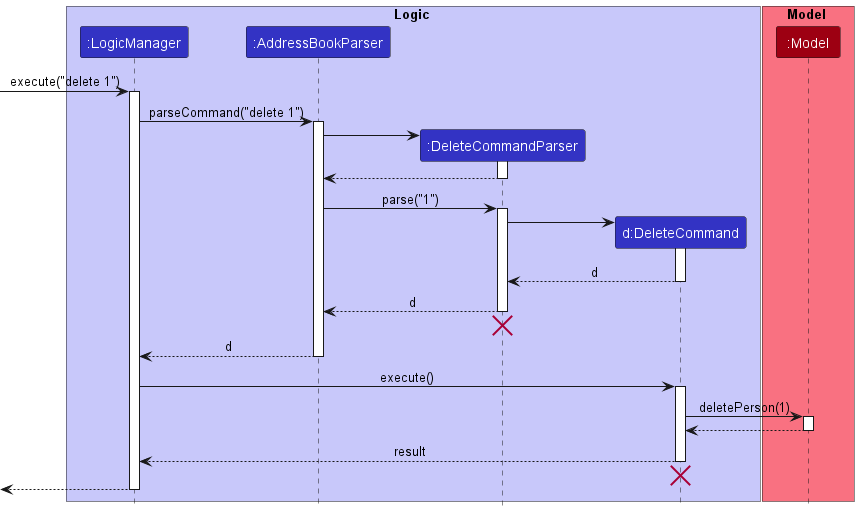
The PlantUML diagram docs/images/DeleteSequenceDiagram2.png in nus-cs2103-AY2223S2/tp, before a commit.
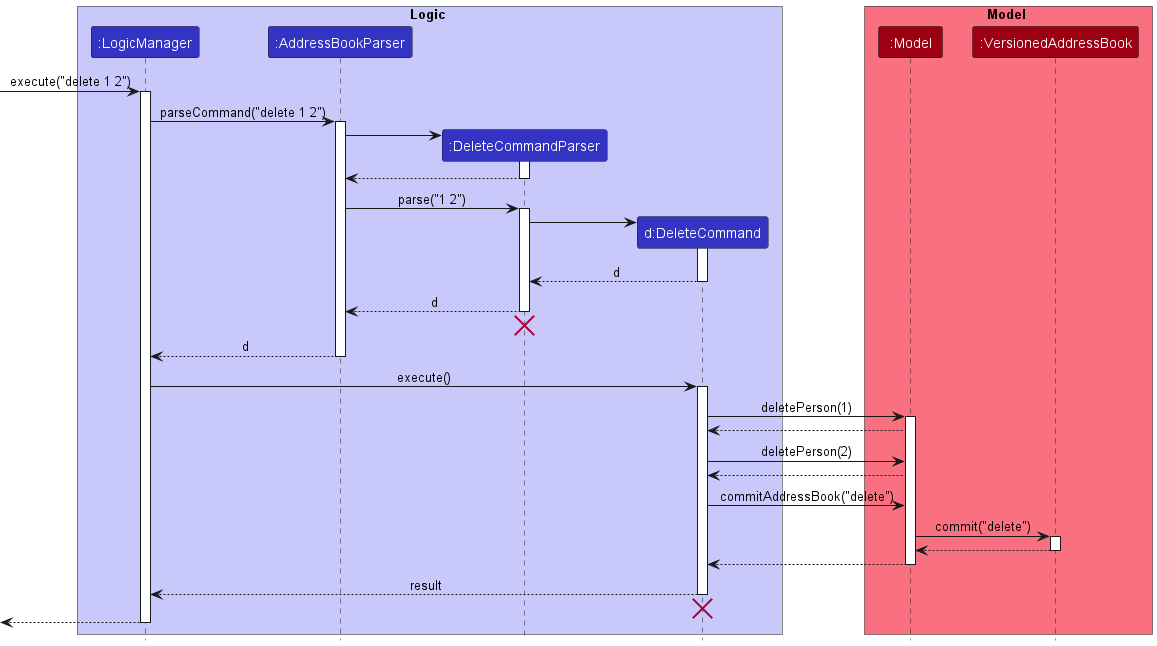
The same diagram one commit later.

Commit message:
Update sequence diagrams up to undo redo

Change to the diagram source:
```diff
@@ -10,12 +10,13 @@
 
 box Model MODEL_COLOR_T1
 participant ":Model" as Model MODEL_COLOR
+participant ":VersionedAddressBook" as VersionedAddressBook MODEL_COLOR
 end box
 
-[-> LogicManager : execute("delete 1")
+[-> LogicManager : execute("delete 1 2")
 activate LogicManager
 
-LogicManager -> AddressBookParser : parseCommand("delete 1")
+LogicManager -> AddressBookParser : parseCommand("delete 1 2")
 activate AddressBookParser
 
 create DeleteCommandParser
@@ -25,7 +26,7 @@
 DeleteCommandParser --> AddressBookParser
 deactivate DeleteCommandParser
 
-AddressBookParser -> DeleteCommandParser : parse("1")
+AddressBookParser -> DeleteCommandParser : parse("1 2")
 activate DeleteCommandParser
 
 create DeleteCommand
@@ -51,6 +52,19 @@
 activate Model
 
 Model --> DeleteCommand
+
+DeleteCommand -> Model : deletePerson(2)
+Model --> DeleteCommand
+
+DeleteCommand -> Model : commitAddressBook("delete")
+
+Model -> VersionedAddressBook : commit("delete")
+activate VersionedAddressBook
+
+VersionedAddressBook --> Model
+deactivate VersionedAddressBook
+
+Model --> DeleteCommand
 deactivate Model
 
 DeleteCommand --> LogicManager : result
```
